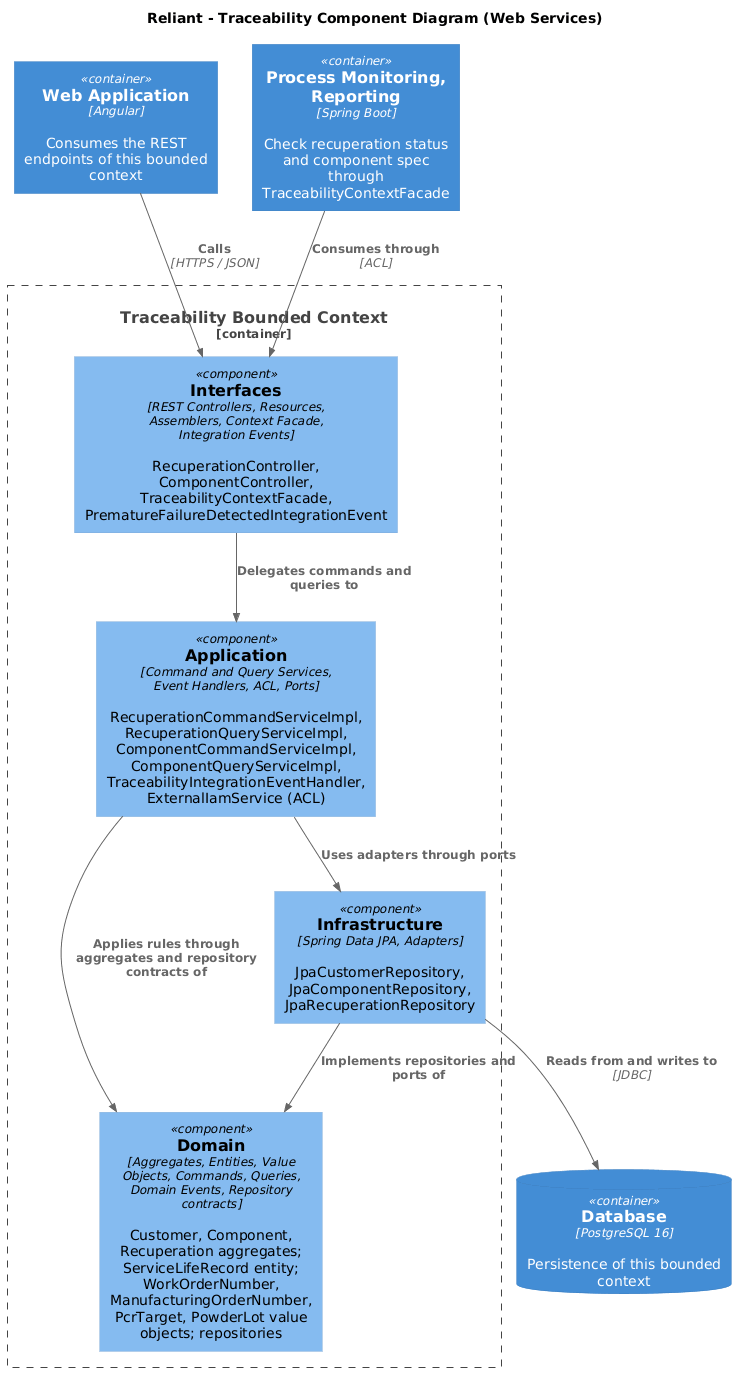
This is assets/img/4.chapter-iv/4.6.domain-driven-software-architecture/4.6.4.software-architecture-components-diagrams/reliant-c4-components-traceability-web-services.png from upc-pre-202620-1asi0729-7753-innovacorp/reliant-report, a PlantUML export, as it was before one commit. Its diagram source:
```plantuml
@startuml
!includeurl https://raw.githubusercontent.com/plantuml-stdlib/C4-PlantUML/master/C4_Component.puml

title Reliant - Traceability Component Diagram (Web Services)

Container(webapp, "Web Application", "Angular", "Consumes the REST endpoints of this bounded context")
ContainerDb(db, "Database", "PostgreSQL 16", "Persistence of this bounded context")
Container(downstream, "Process Monitoring, Reporting", "Spring Boot", "Check recuperation status and component spec through TraceabilityContextFacade")

Container_Boundary(bc, "Traceability Bounded Context") {
    Component(interfaces, "Interfaces", "REST Controllers, Resources, Assemblers, Context Facade, Integration Events", "RecuperationController, ComponentController, TraceabilityContextFacade, PrematureFailureDetectedIntegrationEvent")
    Component(application, "Application", "Command and Query Services, Event Handlers, ACL, Ports", "RecuperationCommandServiceImpl, RecuperationQueryServiceImpl, ComponentCommandServiceImpl, ComponentQueryServiceImpl, TraceabilityIntegrationEventHandler, ExternalIamService (ACL)")
    Component(domain, "Domain", "Aggregates, Entities, Value Objects, Commands, Queries, Domain Events, Repository contracts", "Customer, Component, Recuperation aggregates; ServiceLifeRecord entity; WorkOrderNumber, ManufacturingOrderNumber, PcrTarget, PowderLot value objects; repositories")
    Component(infrastructure, "Infrastructure", "Spring Data JPA, Adapters", "JpaCustomerRepository, JpaComponentRepository, JpaRecuperationRepository")
}

Rel(webapp, interfaces, "Calls", "HTTPS / JSON")
Rel(interfaces, application, "Delegates commands and queries to")
Rel(application, domain, "Applies rules through aggregates and repository contracts of")
Rel(infrastructure, domain, "Implements repositories and ports of")
Rel(application, infrastructure, "Uses adapters through ports")
Rel(infrastructure, db, "Reads from and writes to", "JDBC")
Rel(downstream, interfaces, "Consumes through", "ACL")
@enduml
```
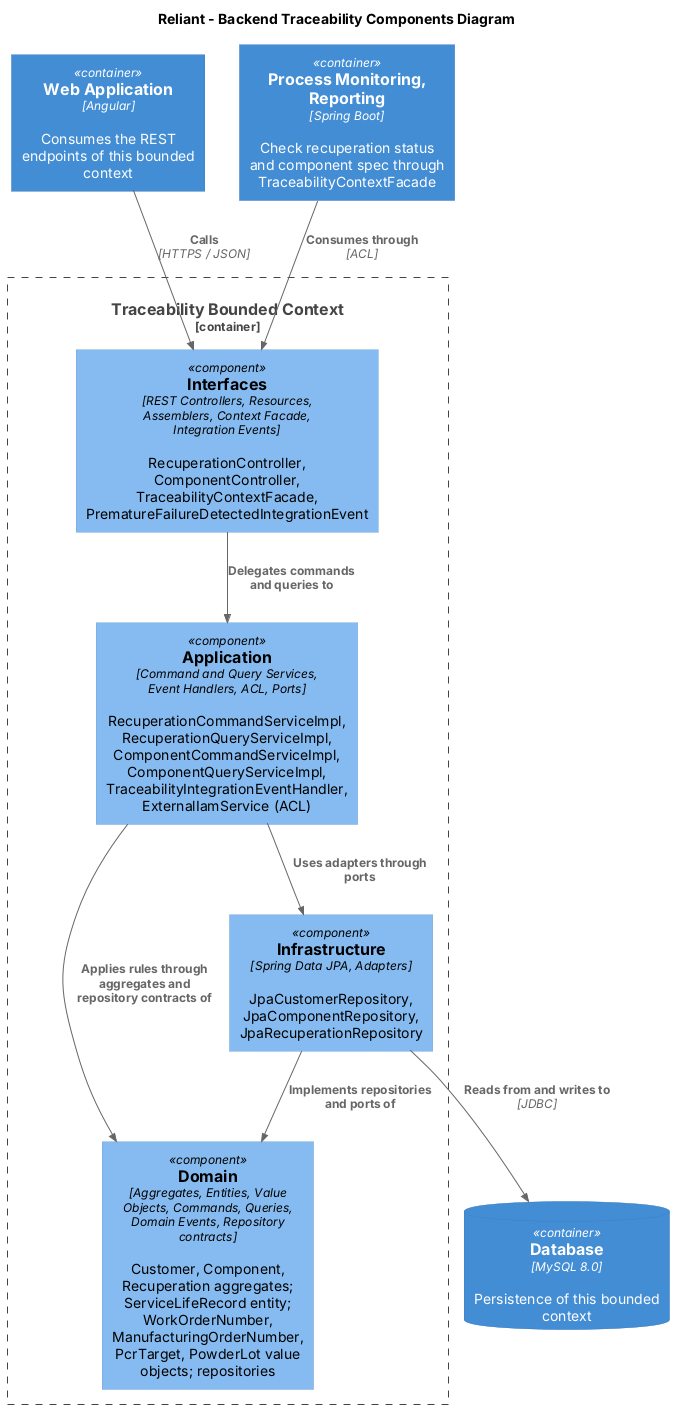
Later version of the same file.

Change to the diagram source:
```diff
@@ -1,10 +1,10 @@
-@startuml
+@startuml "Components-Traceability"
 !includeurl https://raw.githubusercontent.com/plantuml-stdlib/C4-PlantUML/master/C4_Component.puml
 
-title Reliant - Traceability Component Diagram (Web Services)
+title Reliant - Backend Traceability Components Diagram
 
 Container(webapp, "Web Application", "Angular", "Consumes the REST endpoints of this bounded context")
-ContainerDb(db, "Database", "PostgreSQL 16", "Persistence of this bounded context")
+ContainerDb(db, "Database", "MySQL 8.0", "Persistence of this bounded context")
 Container(downstream, "Process Monitoring, Reporting", "Spring Boot", "Check recuperation status and component spec through TraceabilityContextFacade")
 
 Container_Boundary(bc, "Traceability Bounded Context") {
```
